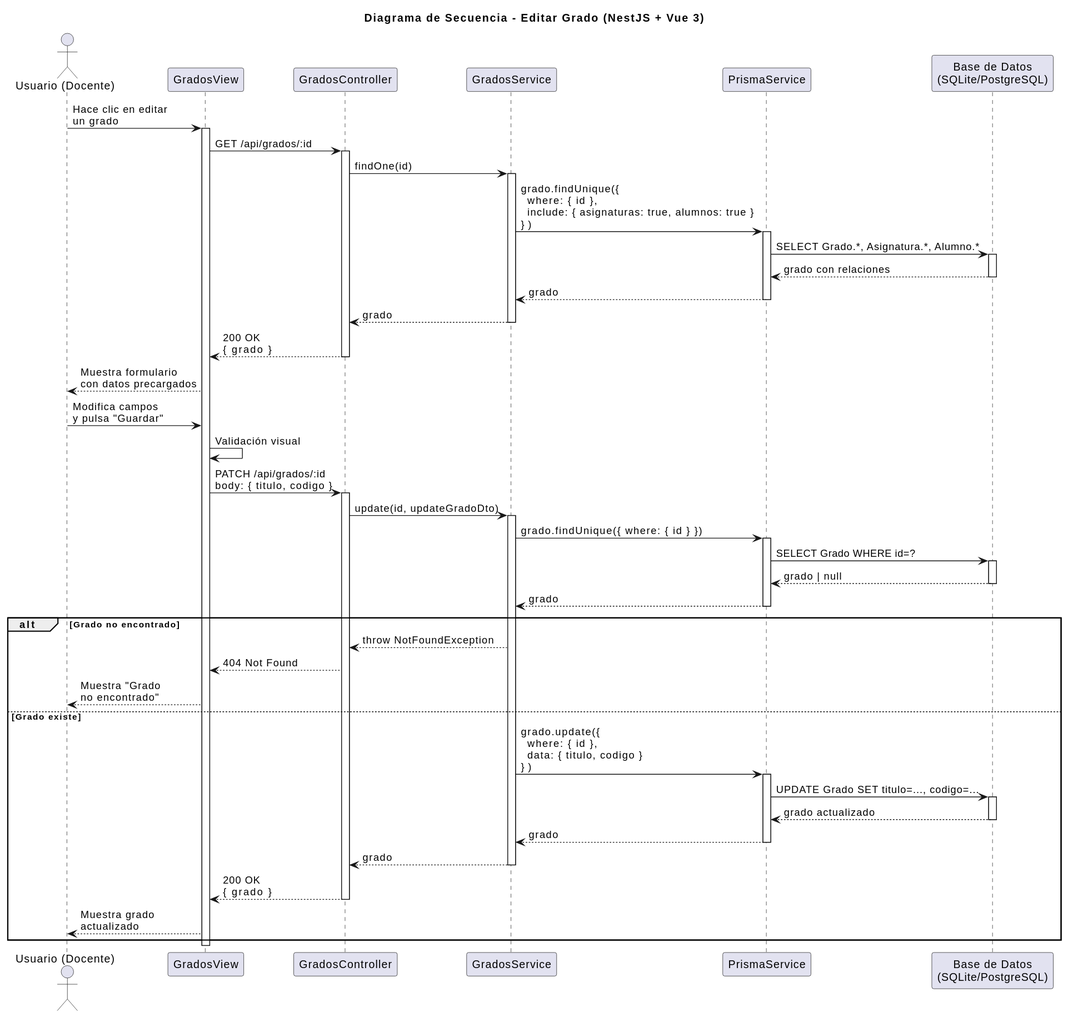
Earlier version of the PlantUML export images/diseño/editarGrado/secuencia.svg (marcosgutierrez6/25-26-idsw2-sdVC).
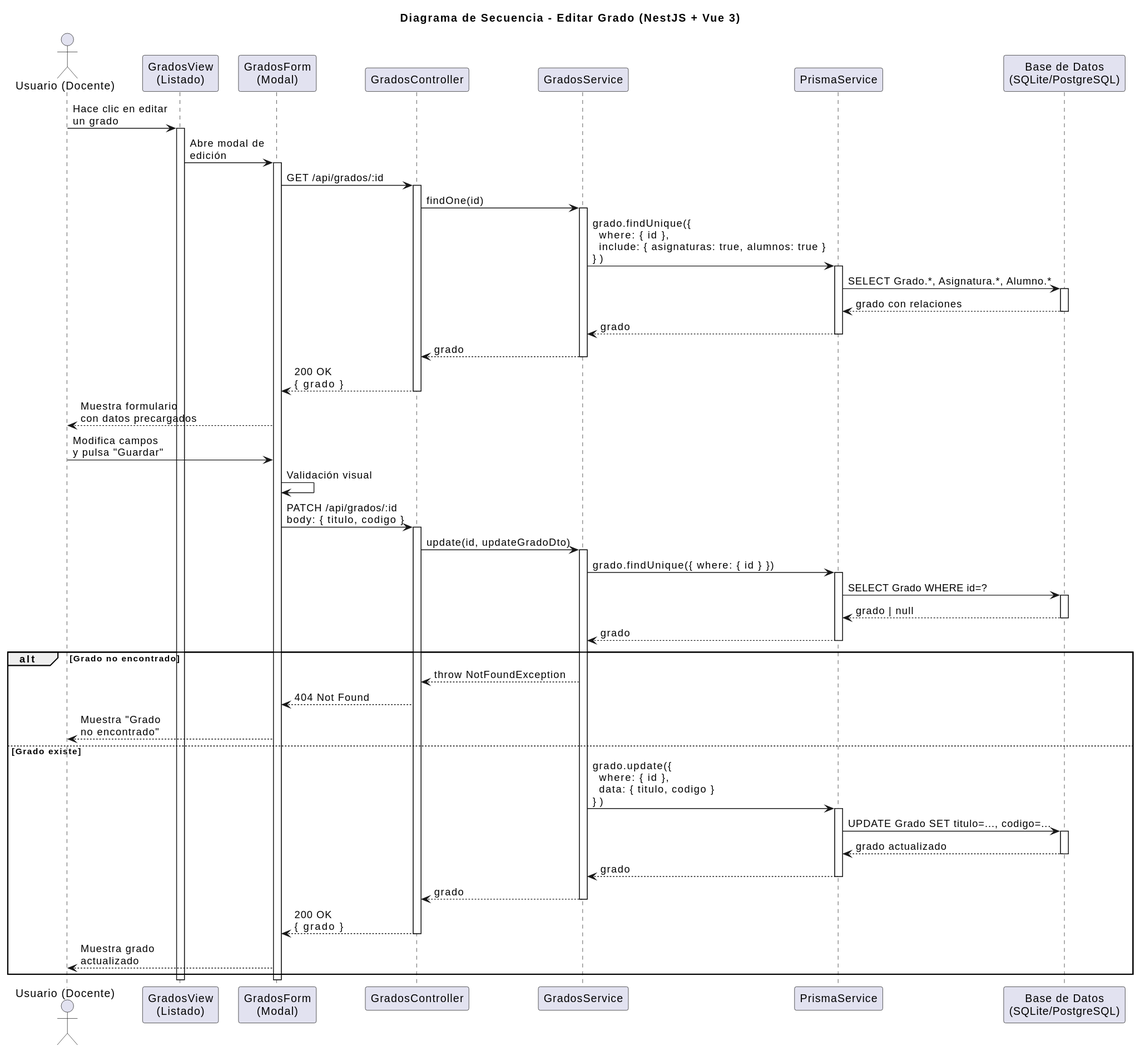
After the commit.

Diff of the diagram source:
```diff
@@ -2,16 +2,20 @@
 title Diagrama de Secuencia - Editar Grado (NestJS + Vue 3)
 
 actor "Usuario (Docente)" as User
-participant "GradosView" as FE
+participant "GradosView\n(Listado)" as List
+participant "GradosForm\n(Modal)" as Form
 participant "GradosController" as Controller
 participant "GradosService" as Service
 participant "PrismaService" as Prisma
 participant "Base de Datos\n(SQLite/PostgreSQL)" as DB
 
-User -> FE: Hace clic en editar\nun grado
-activate FE
+User -> List: Hace clic en editar\nun grado
+activate List
 
-FE -> Controller: GET /api/grados/:id
+List -> Form: Abre modal de\nedición
+activate Form
+
+Form -> Controller: GET /api/grados/:id
 activate Controller
 Controller -> Service: findOne(id)
 activate Service
@@ -25,15 +29,15 @@
 deactivate Prisma
 Service --> Controller: grado
 deactivate Service
-Controller --> FE: 200 OK\n{ grado }
+Controller --> Form: 200 OK\n{ grado }
 deactivate Controller
 
-FE --> User: Muestra formulario\ncon datos precargados
+Form --> User: Muestra formulario\ncon datos precargados
 
-User -> FE: Modifica campos\ny pulsa "Guardar"
-FE -> FE: Validación visual
+User -> Form: Modifica campos\ny pulsa "Guardar"
+Form -> Form: Validación visual
 
-FE -> Controller: PATCH /api/grados/:id\nbody: { titulo, codigo }
+Form -> Controller: PATCH /api/grados/:id\nbody: { titulo, codigo }
 activate Controller
 Controller -> Service: update(id, updateGradoDto)
 activate Service
@@ -49,8 +53,8 @@
 
 alt Grado no encontrado
   Service --> Controller: throw NotFoundException
-  Controller --> FE: 404 Not Found
-  FE --> User: Muestra "Grado\nno encontrado"
+  Controller --> Form: 404 Not Found
+  Form --> User: Muestra "Grado\nno encontrado"
 else Grado existe
   Service -> Prisma: grado.update({\n  where: { id },\n  data: { titulo, codigo }\n})
   activate Prisma
@@ -63,10 +67,11 @@
 
   Service --> Controller: grado
   deactivate Service
-  Controller --> FE: 200 OK\n{ grado }
+  Controller --> Form: 200 OK\n{ grado }
   deactivate Controller
-  FE --> User: Muestra grado\nactualizado
+  Form --> User: Muestra grado\nactualizado
 end
 
-deactivate FE
+deactivate Form
+deactivate List
 @enduml
```
